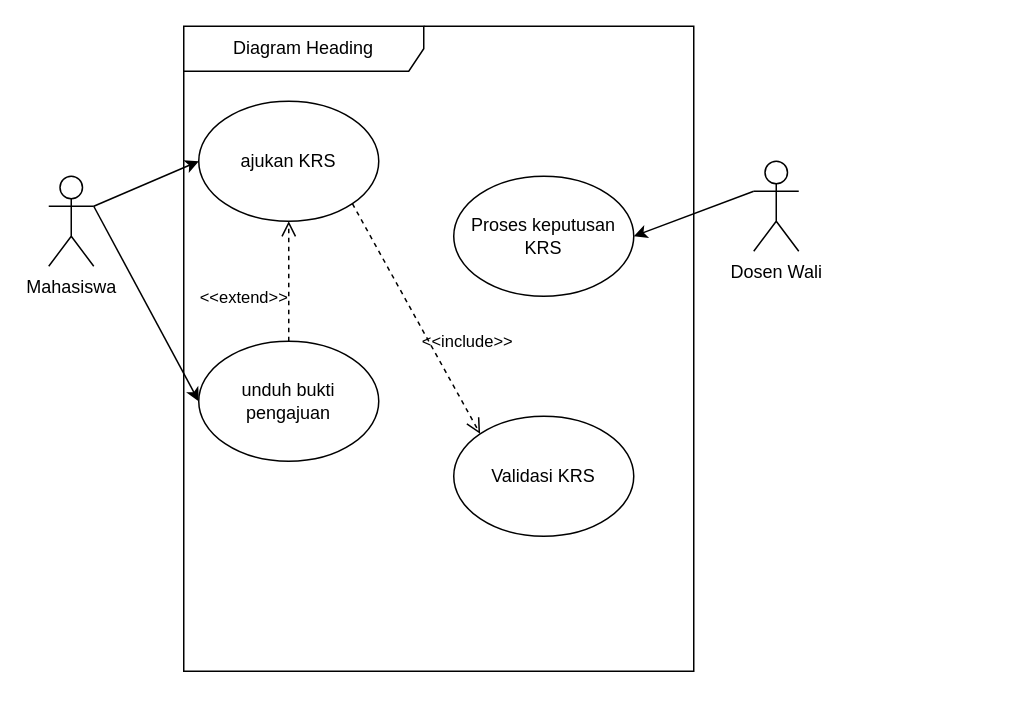
Above: 03_latihan_tools/P03/SIA/P03_2406079_SIA_usecase_v01.drawio in 2406079-NabilFS/IFRWP5149_2406079_LabAlat (draw.io), before the change. Source tidied: cells renumbered, new cells numbered last; positions are measured from the earlier drawing's top-left corner, leaving out a move shared by most shapes. Both pictures are drawn from the tidied source at 150%, with x=0, y=0 at pixel (48, 26).
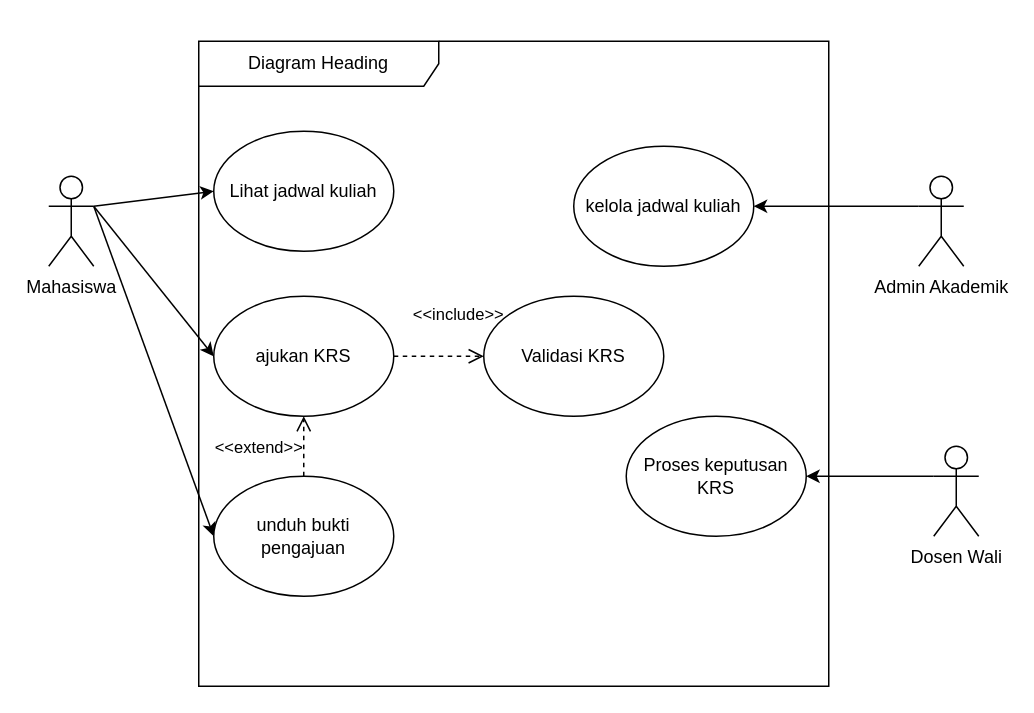
The same page after the edit.

The edit, as a diff of the source:
```diff
@@
 <mxGraphModel>
   <root>
     <mxCell id="0" />
     <mxCell id="1" parent="0" />
     <mxCell id="2" style="edgeStyle=none;html=1;exitX=1;exitY=0.3333333333333333;exitDx=0;exitDy=0;exitPerimeter=0;entryX=0;entryY=0.5;entryDx=0;entryDy=0;" parent="1" edge="1" source="4" target="8">
       <mxGeometry relative="1" as="geometry" />
     </mxCell>
     <mxCell id="3" style="edgeStyle=none;html=1;exitX=1;exitY=0.3333333333333333;exitDx=0;exitDy=0;exitPerimeter=0;entryX=0;entryY=0.5;entryDx=0;entryDy=0;" parent="1" edge="1" source="4" target="10">
       <mxGeometry relative="1" as="geometry" />
     </mxCell>
+    <mxCell id="14" style="edgeStyle=none;html=1;exitX=1;exitY=0.3333333333333333;exitDx=0;exitDy=0;exitPerimeter=0;entryX=0;entryY=0.5;entryDx=0;entryDy=0;" parent="1" edge="1" source="4" target="15">
+      <mxGeometry relative="1" as="geometry" />
+    </mxCell>
     <mxCell id="4" value="Mahasiswa" style="shape=umlActor;verticalLabelPosition=bottom;verticalAlign=top;html=1;" parent="1" vertex="1">
       <mxGeometry y="100" width="30" height="60" as="geometry" />
     </mxCell>
     <mxCell id="5" style="edgeStyle=none;html=1;exitX=0;exitY=0.3333333333333333;exitDx=0;exitDy=0;exitPerimeter=0;entryX=1;entryY=0.5;entryDx=0;entryDy=0;" parent="1" edge="1" source="6" target="11">
       <mxGeometry relative="1" as="geometry" />
     </mxCell>
     <mxCell id="6" value="Dosen Wali" style="shape=umlActor;verticalLabelPosition=bottom;verticalAlign=top;html=1;" parent="1" vertex="1">
-      <mxGeometry x="470" y="90" width="30" height="60" as="geometry" />
+      <mxGeometry x="590" y="280" width="30" height="60" as="geometry" />
     </mxCell>
     <mxCell id="7" value="Diagram Heading" style="shape=umlFrame;whiteSpace=wrap;html=1;width=160;" parent="1" vertex="1">
-      <mxGeometry x="90" width="340" height="430" as="geometry" />
+      <mxGeometry x="100" y="10" width="420" height="430" as="geometry" />
     </mxCell>
     <mxCell id="8" value="ajukan KRS" style="ellipse;whiteSpace=wrap;html=1;shapeInside=1;" parent="7" vertex="1">
-      <mxGeometry x="10" y="50" width="120" height="80" as="geometry" />
+      <mxGeometry x="10" y="170" width="120" height="80" as="geometry" />
     </mxCell>
     <mxCell id="9" value="Validasi KRS" style="ellipse;whiteSpace=wrap;html=1;shapeInside=1;" parent="7" vertex="1">
-      <mxGeometry x="180" y="260" width="120" height="80" as="geometry" />
+      <mxGeometry x="190" y="170" width="120" height="80" as="geometry" />
     </mxCell>
     <mxCell id="10" value="unduh bukti pengajuan" style="ellipse;whiteSpace=wrap;html=1;shapeInside=1;" parent="7" vertex="1">
-      <mxGeometry x="10" y="210" width="120" height="80" as="geometry" />
+      <mxGeometry x="10" y="290" width="120" height="80" as="geometry" />
     </mxCell>
     <mxCell id="11" value="Proses keputusan KRS" style="ellipse;whiteSpace=wrap;html=1;shapeInside=1;" parent="7" vertex="1">
-      <mxGeometry x="180" y="100" width="120" height="80" as="geometry" />
+      <mxGeometry x="285" y="250" width="120" height="80" as="geometry" />
     </mxCell>
-    <mxCell id="12" value="&amp;lt;&amp;lt;include&amp;gt;&amp;gt;" style="endArrow=open;startArrow=none;endFill=0;startFill=0;endSize=8;html=1;verticalAlign=bottom;dashed=1;labelBackgroundColor=none;exitX=1;exitY=1;exitDx=0;exitDy=0;entryX=0;entryY=0;entryDx=0;entryDy=0;" parent="7" edge="1" source="8" target="9">
+    <mxCell id="12" value="&amp;lt;&amp;lt;include&amp;gt;&amp;gt;" style="endArrow=open;startArrow=none;endFill=0;startFill=0;endSize=8;html=1;verticalAlign=bottom;dashed=1;labelBackgroundColor=none;exitX=1;exitY=0.5;exitDx=0;exitDy=0;entryX=0;entryY=0.5;entryDx=0;entryDy=0;" parent="7" edge="1" source="8" target="9">
       <mxGeometry x="0.44" y="18" relative="1" as="geometry">
         <mxPoint y="-1" as="offset" />
       </mxGeometry>
     </mxCell>
     <mxCell id="13" value="&amp;lt;&amp;lt;extend&amp;gt;&amp;gt;" style="endArrow=open;startArrow=none;endFill=0;startFill=0;endSize=8;html=1;verticalAlign=bottom;dashed=1;labelBackgroundColor=none;exitX=0.5;exitY=0;exitDx=0;exitDy=0;entryX=0.5;entryY=1;entryDx=0;entryDy=0;" parent="7" edge="1" source="10" target="8">
       <mxGeometry x="-0.5" y="30" relative="1" as="geometry" />
     </mxCell>
+    <mxCell id="15" value="Lihat jadwal kuliah" style="ellipse;whiteSpace=wrap;html=1;shapeInside=1;" parent="7" vertex="1">
+      <mxGeometry x="10" y="60" width="120" height="80" as="geometry" />
+    </mxCell>
+    <mxCell id="16" value="kelola jadwal kuliah" style="ellipse;whiteSpace=wrap;html=1;shapeInside=1;" parent="7" vertex="1">
+      <mxGeometry x="250" y="70" width="120" height="80" as="geometry" />
+    </mxCell>
+    <mxCell id="17" style="edgeStyle=none;html=1;exitX=0;exitY=0.3333333333333333;exitDx=0;exitDy=0;exitPerimeter=0;entryX=1;entryY=0.5;entryDx=0;entryDy=0;" parent="1" edge="1" source="18" target="16">
+      <mxGeometry relative="1" as="geometry" />
+    </mxCell>
+    <mxCell id="18" value="Admin Akademik" style="shape=umlActor;verticalLabelPosition=bottom;verticalAlign=top;html=1;" parent="1" vertex="1">
+      <mxGeometry x="580" y="100" width="30" height="60" as="geometry" />
+    </mxCell>
   </root>
 </mxGraphModel>
```
